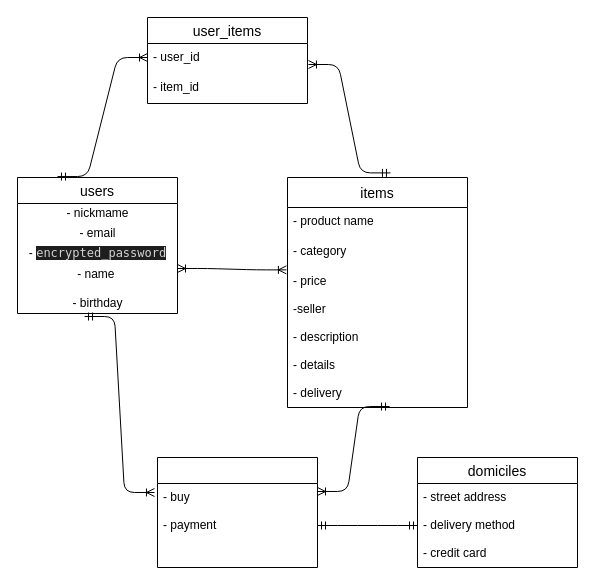
This is furima.dio from kood-kood/furima-34573, a draw.io file, before an edit. Source tidied: cells renumbered, new cells numbered last; positions are measured from the earlier drawing's top-left corner, leaving out a move shared by most shapes. Both pictures are drawn from the tidied source at 100%, with x=0, y=0 at pixel (17, 17).
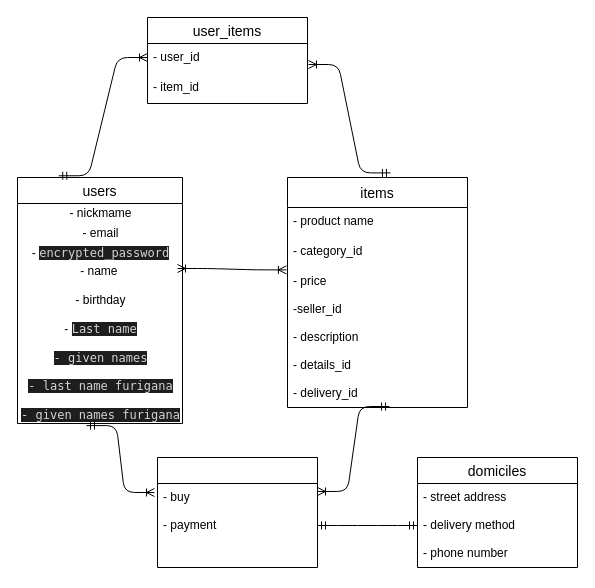
After the change.

Commit message (it also covers changes not shown here):
6回目のデータベース設計

Unchanged cells that the change refers to:
```xml
<mxCell id="7" value="items" style="swimlane;fontStyle=0;horizontal=1;startSize=30;align=center;fontSize=14;" parent="1" vertex="1">
  <mxGeometry x="270" y="160" width="180" height="230" as="geometry" />
</mxCell>
<mxCell id="12" value="- buy&#10;&#10;- payment&#10;" style="text;strokeColor=none;fillColor=none;spacingLeft=4;spacingRight=4;overflow=hidden;points=[[0,0.5],[1,0.5]];portConstraint=eastwest;fontSize=12;" parent="11" vertex="1">
  <mxGeometry y="26" width="160" height="84" as="geometry" />
</mxCell>
<mxCell id="13" value="domiciles" style="swimlane;fontStyle=0;horizontal=1;startSize=26;align=center;fontSize=14;" parent="1" vertex="1">
  <mxGeometry x="400" y="440" width="160" height="110" as="geometry" />
</mxCell>
```

What changed in the source:
```diff
@@
     <mxCell id="2" value="users" style="swimlane;fontStyle=0;horizontal=1;startSize=26;align=center;fontSize=14;" parent="1" vertex="1">
-      <mxGeometry y="160" width="160" height="136" as="geometry" />
+      <mxGeometry y="160" width="165" height="246" as="geometry" />
     </mxCell>
     <mxCell id="3" value="- nickmame" style="text;html=1;align=center;verticalAlign=middle;" parent="2" vertex="1">
-      <mxGeometry y="26" width="160" height="20" as="geometry" />
+      <mxGeometry y="26" width="165" height="20" as="geometry" />
     </mxCell>
     <mxCell id="4" value="- email" style="text;html=1;align=center;verticalAlign=middle;" parent="2" vertex="1">
-      <mxGeometry y="46" width="160" height="20" as="geometry" />
+      <mxGeometry y="46" width="165" height="20" as="geometry" />
     </mxCell>
     <mxCell id="5" value="-&amp;nbsp;&lt;span style=&quot;background-color: rgb(30 , 30 , 30) ; color: rgb(212 , 212 , 212) ; font-family: &amp;#34;menlo&amp;#34; , &amp;#34;monaco&amp;#34; , &amp;#34;courier new&amp;#34; , monospace&quot;&gt;encrypted_password&lt;/span&gt;" style="text;html=1;align=center;verticalAlign=middle;rotation=0;" parent="2" vertex="1">
-      <mxGeometry y="66" width="160" height="20" as="geometry" />
+      <mxGeometry y="66" width="165" height="20" as="geometry" />
     </mxCell>
-    <mxCell id="6" value="- name&amp;nbsp;&lt;br&gt;&lt;br&gt;- birthday" style="text;html=1;align=center;verticalAlign=middle;points=[];" parent="2" vertex="1">
-      <mxGeometry y="86" width="160" height="50" as="geometry" />
+    <mxCell id="6" value="- name&amp;nbsp;&lt;br&gt;&lt;br&gt;- birthday&lt;br&gt;&lt;br&gt;-&amp;nbsp;&lt;span style=&quot;background-color: rgb(30 , 30 , 30) ; color: rgb(212 , 212 , 212) ; font-family: &amp;#34;menlo&amp;#34; , &amp;#34;monaco&amp;#34; , &amp;#34;courier new&amp;#34; , monospace&quot;&gt;Last name&lt;br&gt;&lt;br&gt;-&amp;nbsp;&lt;/span&gt;&lt;span style=&quot;background-color: rgb(30 , 30 , 30) ; color: rgb(212 , 212 , 212) ; font-family: &amp;#34;menlo&amp;#34; , &amp;#34;monaco&amp;#34; , &amp;#34;courier new&amp;#34; , monospace&quot;&gt;given names&lt;br&gt;&lt;br&gt;-&amp;nbsp;&lt;/span&gt;&lt;span style=&quot;background-color: rgb(30 , 30 , 30) ; color: rgb(212 , 212 , 212) ; font-family: &amp;#34;menlo&amp;#34; , &amp;#34;monaco&amp;#34; , &amp;#34;courier new&amp;#34; , monospace&quot;&gt;last name furigana&lt;br&gt;&lt;br&gt;-&amp;nbsp;&lt;/span&gt;&lt;span style=&quot;background-color: rgb(30 , 30 , 30) ; color: rgb(212 , 212 , 212) ; font-family: &amp;#34;menlo&amp;#34; , &amp;#34;monaco&amp;#34; , &amp;#34;courier new&amp;#34; , monospace&quot;&gt;given names furigana&lt;/span&gt;" style="text;html=1;align=center;verticalAlign=middle;points=[];" parent="2" vertex="1">
+      <mxGeometry y="86" width="165" height="160" as="geometry" />
     </mxCell>
@@
-    <mxCell id="9" value="- category" style="text;strokeColor=none;fillColor=none;spacingLeft=4;spacingRight=4;overflow=hidden;fontSize=12;" parent="7" vertex="1">
+    <mxCell id="9" value="- category_id" style="text;strokeColor=none;fillColor=none;spacingLeft=4;spacingRight=4;overflow=hidden;fontSize=12;" parent="7" vertex="1">
       <mxGeometry y="60" width="180" height="30" as="geometry" />
     </mxCell>
-    <mxCell id="10" value="- price&#10;&#10;-seller&#10;&#10;- description&#10;&#10;- details&#10;&#10;- delivery&#10;&#10;" style="text;strokeColor=none;fillColor=none;spacingLeft=4;spacingRight=4;overflow=hidden;points=[[0,0.5],[1,0.5]];portConstraint=eastwest;fontSize=12;" parent="7" vertex="1">
+    <mxCell id="10" value="- price&#10;&#10;-seller_id&#10;&#10;- description&#10;&#10;- details_id&#10;&#10;- delivery_id&#10;&#10;" style="text;strokeColor=none;fillColor=none;spacingLeft=4;spacingRight=4;overflow=hidden;points=[[0,0.5],[1,0.5]];portConstraint=eastwest;fontSize=12;" parent="7" vertex="1">
       <mxGeometry y="90" width="180" height="140" as="geometry" />
     </mxCell>
@@
-    <mxCell id="14" value="- street address&#10;&#10;- delivery method&#10;&#10;- credit card&#10;" style="text;strokeColor=none;fillColor=none;spacingLeft=4;spacingRight=4;overflow=hidden;points=[[0,0.5],[1,0.5]];portConstraint=eastwest;fontSize=12;" parent="13" vertex="1">
+    <mxCell id="14" value="- street address&#10;&#10;- delivery method&#10;&#10;- phone number&#10;" style="text;strokeColor=none;fillColor=none;spacingLeft=4;spacingRight=4;overflow=hidden;points=[[0,0.5],[1,0.5]];portConstraint=eastwest;fontSize=12;" parent="13" vertex="1">
       <mxGeometry y="26" width="160" height="84" as="geometry" />
     </mxCell>
@@
-    <mxCell id="23" style="edgeStyle=entityRelationEdgeStyle;fontSize=12;html=1;endArrow=ERoneToMany;startArrow=ERmandOne;exitX=0.419;exitY=1.06;exitDx=0;exitDy=0;exitPerimeter=0;entryX=-0.019;entryY=0.107;entryDx=0;entryDy=0;entryPerimeter=0;" parent="1" edge="1" source="6" target="12">
+    <mxCell id="23" style="edgeStyle=entityRelationEdgeStyle;fontSize=12;html=1;endArrow=ERoneToMany;startArrow=ERmandOne;exitX=0.418;exitY=1.013;exitDx=0;exitDy=0;exitPerimeter=0;entryX=-0.019;entryY=0.107;entryDx=0;entryDy=0;entryPerimeter=0;" parent="1" edge="1" source="6" target="12">
       <mxGeometry relative="1" as="geometry" />
     </mxCell>
```
